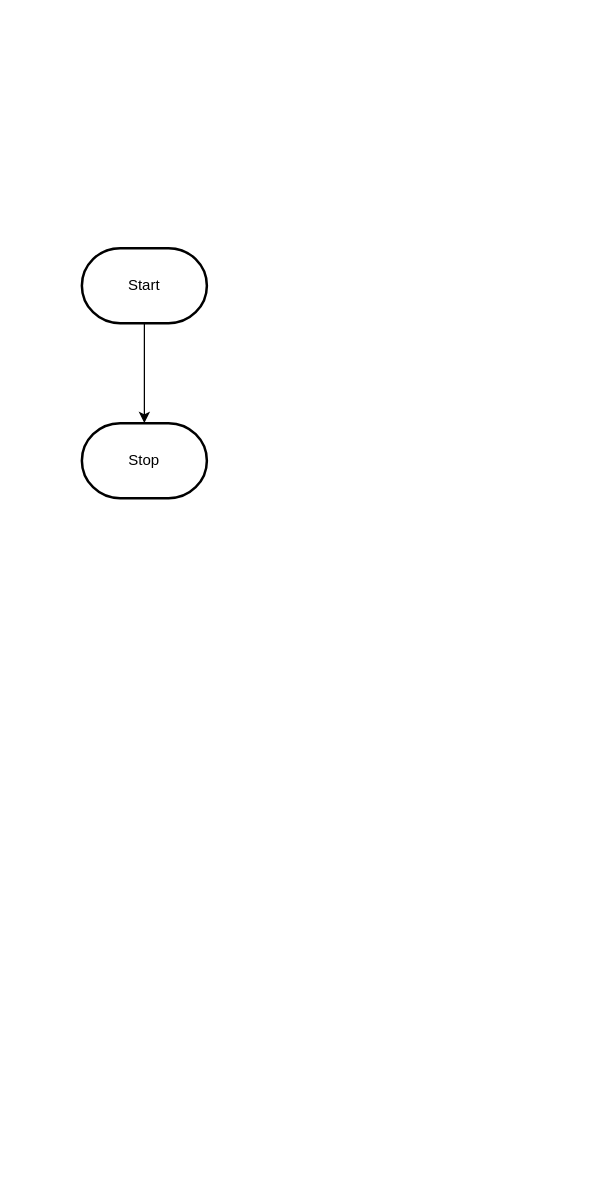
Above: design/flowchart.drawio in MTHS-ICS2O-2-2022/ICS2O-Assignment-05-Bonnie-Zhu (draw.io), before the change. Source tidied: cells renumbered, new cells numbered last; positions are measured from the earlier drawing's top-left corner, leaving out a move shared by most shapes. Both pictures are drawn from the tidied source at 125%, with x=0, y=0 at pixel (81, 248).
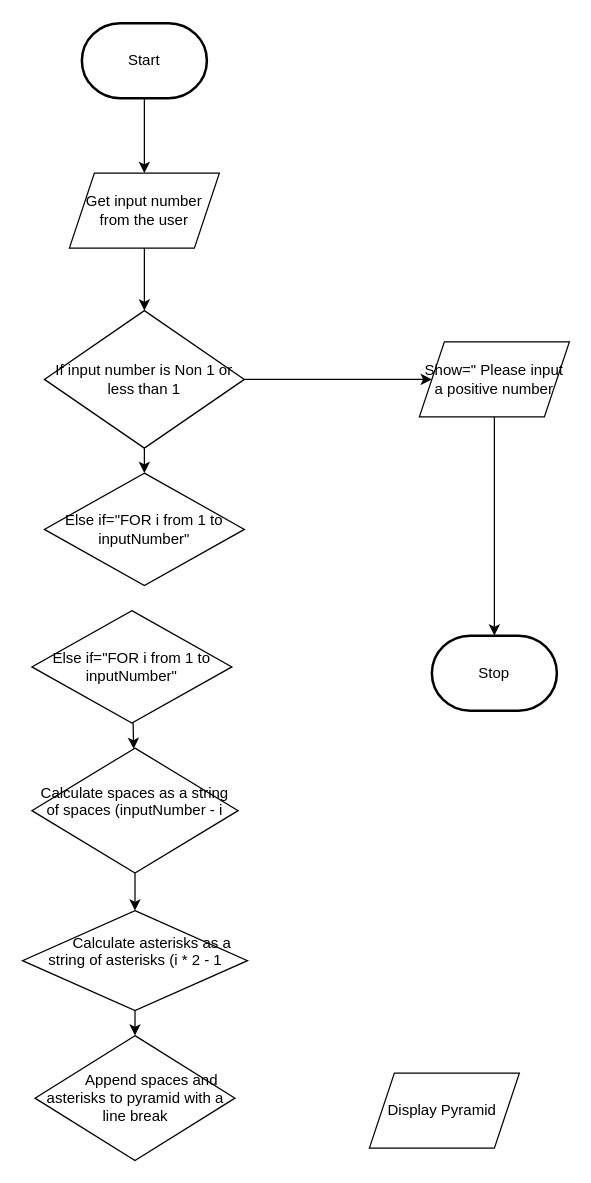
The same page after the edit.

Change to the diagram source:
```diff
@@
-    <mxCell id="2" style="edgeStyle=orthogonalEdgeStyle;html=1;rounded=0;" parent="1" edge="1" source="3" target="4">
-      <mxGeometry relative="1" as="geometry" />
-    </mxCell>
+    <mxCell id="5" style="edgeStyle=none;html=1;" parent="1" edge="1" source="3" target="2">
+      <mxGeometry relative="1" as="geometry" />
+    </mxCell>
     <mxCell id="3" value="Start" style="strokeWidth=2;html=1;shape=mxgraph.flowchart.terminator;whiteSpace=wrap;" parent="1" vertex="1">
-      <mxGeometry width="100" height="60" as="geometry" />
+      <mxGeometry y="-180" width="100" height="60" as="geometry" />
     </mxCell>
     <mxCell id="4" value="Stop" style="strokeWidth=2;html=1;shape=mxgraph.flowchart.terminator;whiteSpace=wrap;" parent="1" vertex="1">
-      <mxGeometry y="140" width="100" height="60" as="geometry" />
+      <mxGeometry x="280" y="310" width="100" height="60" as="geometry" />
     </mxCell>
+    <mxCell id="6" style="edgeStyle=none;html=1;" parent="1" edge="1" source="2" target="9">
+      <mxGeometry relative="1" as="geometry" />
+    </mxCell>
+    <mxCell id="2" value="Get input number from the user" style="shape=parallelogram;perimeter=parallelogramPerimeter;whiteSpace=wrap;html=1;fixedSize=1;" parent="1" vertex="1">
+      <mxGeometry x="-10" y="-60" width="120" height="60" as="geometry" />
+    </mxCell>
+    <mxCell id="7" style="edgeStyle=none;html=1;entryX=0;entryY=0.5;entryDx=0;entryDy=0;" parent="1" edge="1" source="9" target="11">
+      <mxGeometry relative="1" as="geometry" />
+    </mxCell>
+    <mxCell id="8" style="edgeStyle=none;html=1;" parent="1" edge="1" source="9" target="12">
+      <mxGeometry relative="1" as="geometry" />
+    </mxCell>
+    <mxCell id="9" value="If input number is Non 1 or less than 1" style="rhombus;whiteSpace=wrap;html=1;" parent="1" vertex="1">
+      <mxGeometry x="-30" y="50" width="160" height="110" as="geometry" />
+    </mxCell>
+    <mxCell id="10" style="edgeStyle=none;html=1;entryX=0.5;entryY=0;entryDx=0;entryDy=0;entryPerimeter=0;" parent="1" edge="1" source="11" target="4">
+      <mxGeometry relative="1" as="geometry" />
+    </mxCell>
+    <mxCell id="11" value="Show=&quot; Please input a positive number" style="shape=parallelogram;perimeter=parallelogramPerimeter;whiteSpace=wrap;html=1;fixedSize=1;" parent="1" vertex="1">
+      <mxGeometry x="270" y="75" width="120" height="60" as="geometry" />
+    </mxCell>
+    <mxCell id="12" value="Else if=&quot;FOR i from 1 to inputNumber&quot;" style="rhombus;whiteSpace=wrap;html=1;" parent="1" vertex="1">
+      <mxGeometry x="-30" y="180" width="160" height="90" as="geometry" />
+    </mxCell>
+    <mxCell id="13" style="edgeStyle=none;html=1;" parent="1" edge="1" source="14" target="16">
+      <mxGeometry relative="1" as="geometry" />
+    </mxCell>
+    <mxCell id="14" value="Else if=&quot;FOR i from 1 to inputNumber&quot;" style="rhombus;whiteSpace=wrap;html=1;" parent="1" vertex="1">
+      <mxGeometry x="-40" y="290" width="160" height="90" as="geometry" />
+    </mxCell>
+    <mxCell id="15" style="edgeStyle=none;html=1;" parent="1" edge="1" source="16" target="18">
+      <mxGeometry relative="1" as="geometry" />
+    </mxCell>
+    <mxCell id="16" value="&lt;div&gt;Calculate spaces as a string of spaces (inputNumber - i&lt;/div&gt;&lt;div&gt;&amp;nbsp; &amp;nbsp; &amp;nbsp; &amp;nbsp;&amp;nbsp;&lt;/div&gt;" style="rhombus;whiteSpace=wrap;html=1;" parent="1" vertex="1">
+      <mxGeometry x="-40" y="400" width="165" height="100" as="geometry" />
+    </mxCell>
+    <mxCell id="17" style="edgeStyle=none;html=1;" parent="1" edge="1" source="18" target="19">
+      <mxGeometry relative="1" as="geometry" />
+    </mxCell>
+    <mxCell id="18" value="&lt;div&gt;&amp;nbsp; &amp;nbsp; &amp;nbsp; &amp;nbsp; Calculate asterisks as a string of asterisks (i * 2 - 1&lt;/div&gt;&lt;div&gt;&lt;br&gt;&lt;/div&gt;" style="rhombus;whiteSpace=wrap;html=1;" parent="1" vertex="1">
+      <mxGeometry x="-47.5" y="530" width="180" height="80" as="geometry" />
+    </mxCell>
+    <mxCell id="19" value="&amp;nbsp; &amp;nbsp; &amp;nbsp; &amp;nbsp; Append spaces and asterisks to pyramid with a line break" style="rhombus;whiteSpace=wrap;html=1;" parent="1" vertex="1">
+      <mxGeometry x="-37.5" y="630" width="160" height="100" as="geometry" />
+    </mxCell>
+    <mxCell id="20" value="Display Pyramid&amp;nbsp;" style="shape=parallelogram;perimeter=parallelogramPerimeter;whiteSpace=wrap;html=1;fixedSize=1;" parent="1" vertex="1">
+      <mxGeometry x="230" y="660" width="120" height="60" as="geometry" />
+    </mxCell>
```
